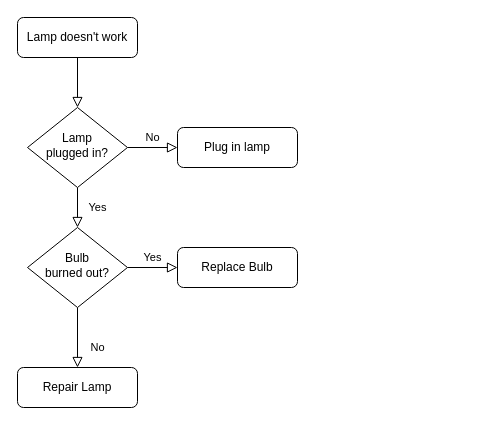
The draw.io diagram 未命名绘图.drawio in differentzhang/Phone_book, before the edit. Source tidied: cells renumbered, new cells numbered last; positions are measured from the earlier drawing's top-left corner, leaving out a move shared by most shapes. Both pictures are drawn from the tidied source at 100%, with x=0, y=0 at pixel (17, 17).
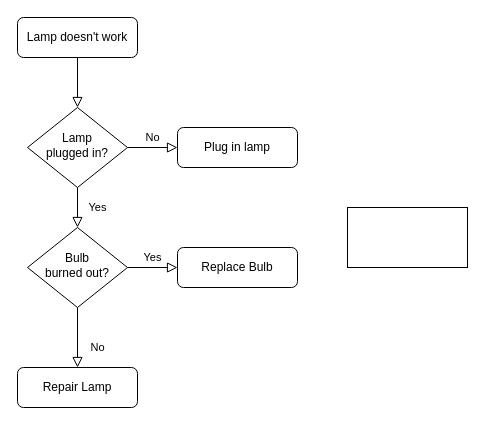
The same diagram, later.

Commit message:
更新未命名绘图.drawio

The edit, as a diff of the source:
```diff
@@
 <mxGraphModel>
   <root>
     <mxCell id="0" />
     <mxCell id="1" parent="0" />
     <mxCell id="2" style="rounded=0;html=1;jettySize=auto;fontSize=11;endArrow=block;endFill=0;endSize=8;strokeWidth=1;shadow=0;labelBackgroundColor=none;edgeStyle=orthogonalEdgeStyle;" parent="1" edge="1" source="3" target="6">
       <mxGeometry relative="1" as="geometry" />
     </mxCell>
     <mxCell id="3" value="Lamp doesn't work" style="rounded=1;whiteSpace=wrap;html=1;fontSize=12;glass=0;strokeWidth=1;shadow=0;" parent="1" vertex="1">
       <mxGeometry width="120" height="40" as="geometry" />
     </mxCell>
     <mxCell id="4" value="Yes" style="rounded=0;html=1;jettySize=auto;fontSize=11;endArrow=block;endFill=0;endSize=8;strokeWidth=1;shadow=0;labelBackgroundColor=none;edgeStyle=orthogonalEdgeStyle;" parent="1" edge="1" source="6" target="10">
       <mxGeometry y="20" relative="1" as="geometry" />
     </mxCell>
     <mxCell id="5" value="No" style="edgeStyle=orthogonalEdgeStyle;rounded=0;html=1;jettySize=auto;fontSize=11;endArrow=block;endFill=0;endSize=8;strokeWidth=1;shadow=0;labelBackgroundColor=none;" parent="1" edge="1" source="6" target="7">
       <mxGeometry y="10" relative="1" as="geometry" />
     </mxCell>
     <mxCell id="6" value="Lamp&lt;br&gt;plugged in?" style="rhombus;whiteSpace=wrap;html=1;shadow=0;fontFamily=Helvetica;fontSize=12;align=center;strokeWidth=1;spacing=6;spacingTop=-4;" parent="1" vertex="1">
       <mxGeometry x="10" y="90" width="100" height="80" as="geometry" />
     </mxCell>
     <mxCell id="7" value="Plug in lamp" style="rounded=1;whiteSpace=wrap;html=1;fontSize=12;glass=0;strokeWidth=1;shadow=0;" parent="1" vertex="1">
       <mxGeometry x="160" y="110" width="120" height="40" as="geometry" />
     </mxCell>
     <mxCell id="8" value="No" style="rounded=0;html=1;jettySize=auto;fontSize=11;endArrow=block;endFill=0;endSize=8;strokeWidth=1;shadow=0;labelBackgroundColor=none;edgeStyle=orthogonalEdgeStyle;" parent="1" edge="1" source="10" target="11">
       <mxGeometry x="0.33" y="20" relative="1" as="geometry" />
     </mxCell>
     <mxCell id="9" value="Yes" style="edgeStyle=orthogonalEdgeStyle;rounded=0;html=1;jettySize=auto;fontSize=11;endArrow=block;endFill=0;endSize=8;strokeWidth=1;shadow=0;labelBackgroundColor=none;" parent="1" edge="1" source="10" target="12">
       <mxGeometry y="10" relative="1" as="geometry" />
     </mxCell>
     <mxCell id="10" value="Bulb&lt;br&gt;burned out?" style="rhombus;whiteSpace=wrap;html=1;shadow=0;fontFamily=Helvetica;fontSize=12;align=center;strokeWidth=1;spacing=6;spacingTop=-4;" parent="1" vertex="1">
       <mxGeometry x="10" y="210" width="100" height="80" as="geometry" />
     </mxCell>
     <mxCell id="11" value="Repair Lamp" style="rounded=1;whiteSpace=wrap;html=1;fontSize=12;glass=0;strokeWidth=1;shadow=0;" parent="1" vertex="1">
       <mxGeometry y="350" width="120" height="40" as="geometry" />
     </mxCell>
     <mxCell id="12" value="Replace Bulb" style="rounded=1;whiteSpace=wrap;html=1;fontSize=12;glass=0;strokeWidth=1;shadow=0;" parent="1" vertex="1">
       <mxGeometry x="160" y="230" width="120" height="40" as="geometry" />
     </mxCell>
+    <mxCell id="13" style="rounded=0;whiteSpace=wrap;html=1;" parent="1" vertex="1">
+      <mxGeometry x="330" y="190" width="120" height="60" as="geometry" />
+    </mxCell>
   </root>
 </mxGraphModel>
```
